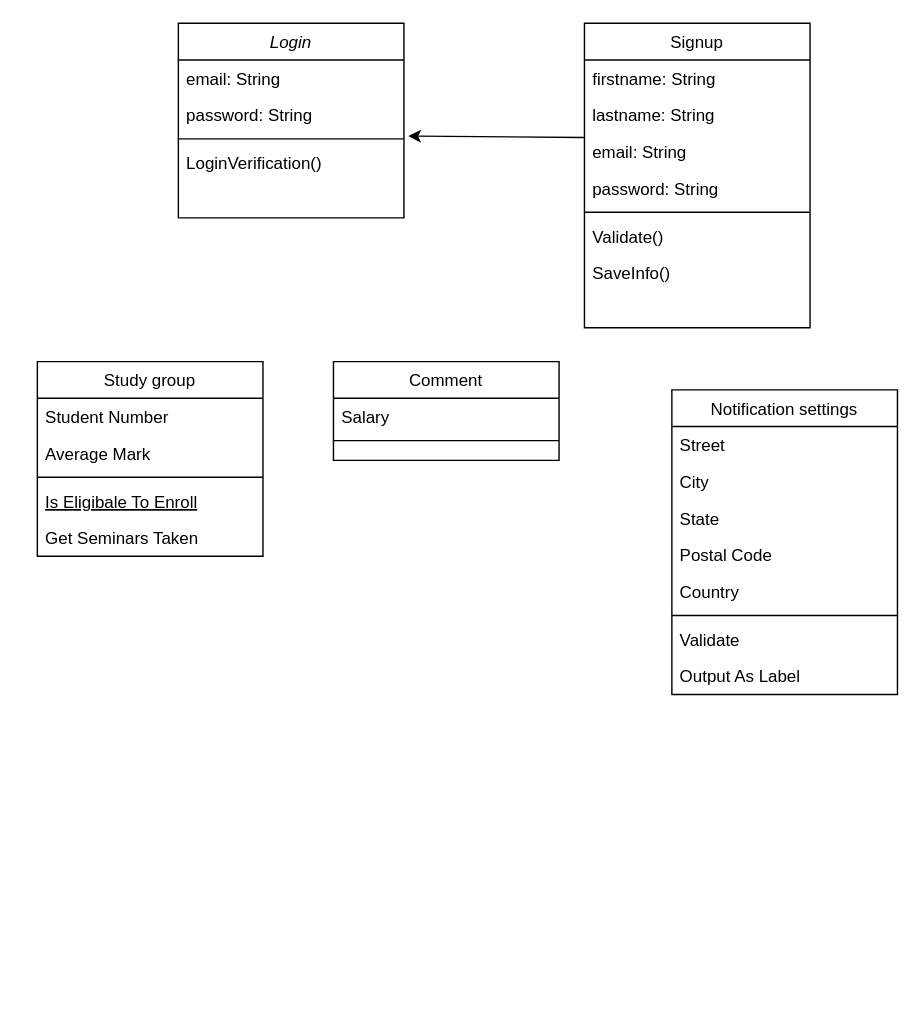
Before: Untitled Diagram.drawio in fiyin35/SoftwareArchitecture, a draw.io diagram. Source tidied: cells renumbered, new cells numbered last; positions are measured from the earlier drawing's top-left corner, leaving out a move shared by most shapes. Both pictures are drawn from the tidied source at 141%, with x=0, y=0 at pixel (37, 23).
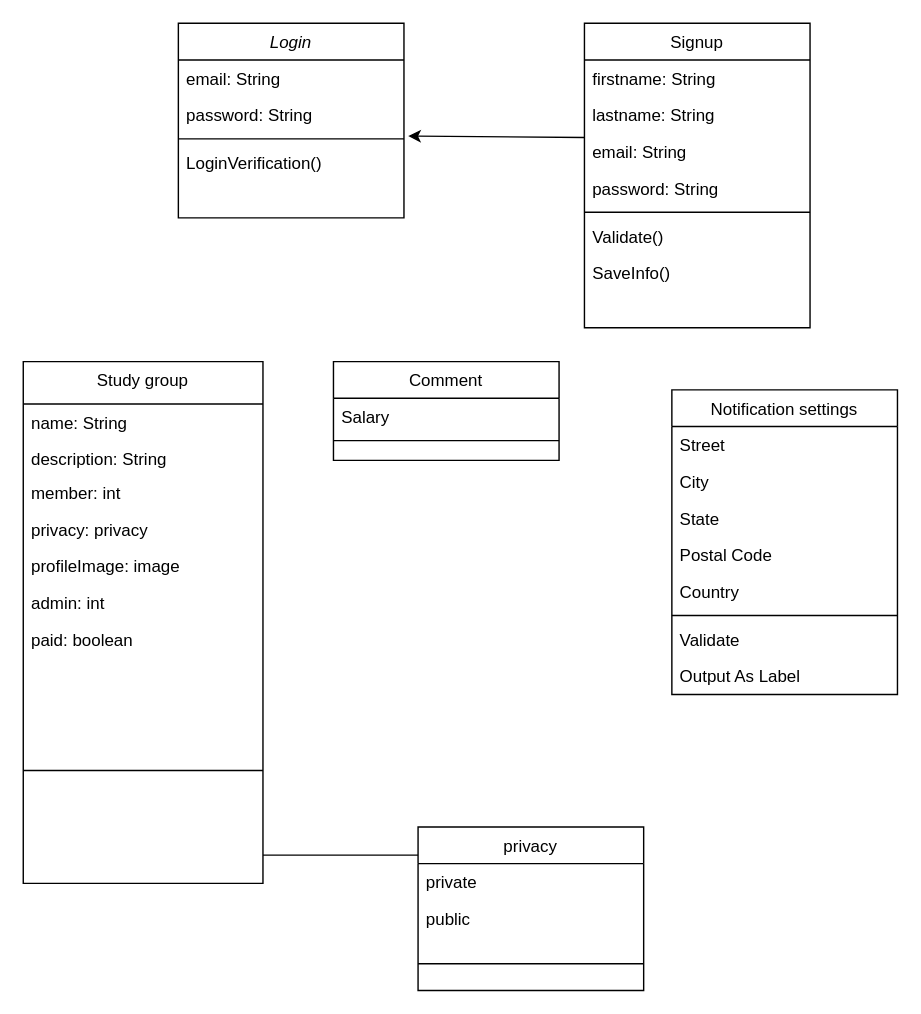
The same page after the edit.

The edit, as a diff of the source:
```diff
@@
-    <mxCell id="7" value="Study group" style="swimlane;fontStyle=0;align=center;verticalAlign=top;horizontal=1;startSize=26;rounded=0;shadow=0;strokeWidth=1;" parent="1" vertex="1">
-      <mxGeometry y="240" width="160" height="138" as="geometry" />
+    <mxCell id="7" value="Study group" style="swimlane;fontStyle=0;align=center;verticalAlign=top;horizontal=1;startSize=30;rounded=0;shadow=0;strokeWidth=1;" parent="1" vertex="1">
+      <mxGeometry x="-10" y="240" width="170" height="370" as="geometry" />
     </mxCell>
-    <mxCell id="8" value="Student Number" style="text;align=left;verticalAlign=top;spacingLeft=4;spacingRight=4;overflow=hidden;" parent="7" vertex="1">
-      <mxGeometry y="26" width="160" height="26" as="geometry" />
+    <mxCell id="8" value="name: String" style="text;align=left;verticalAlign=top;spacingLeft=4;spacingRight=4;overflow=hidden;" parent="7" vertex="1">
+      <mxGeometry y="30" width="170" height="26" as="geometry" />
     </mxCell>
-    <mxCell id="9" value="Average Mark" style="text;align=left;verticalAlign=top;spacingLeft=4;spacingRight=4;overflow=hidden;rounded=0;shadow=0;html=0;" parent="7" vertex="1">
-      <mxGeometry y="52" width="160" height="26" as="geometry" />
+    <mxCell id="9" value="description: String" style="text;align=left;verticalAlign=top;spacingLeft=4;spacingRight=4;overflow=hidden;rounded=0;shadow=0;html=0;" parent="7" vertex="1">
+      <mxGeometry y="56" width="170" height="24" as="geometry" />
     </mxCell>
+    <mxCell id="34" value="member: int" style="text;align=left;verticalAlign=top;spacingLeft=4;spacingRight=4;overflow=hidden;" parent="7" vertex="1">
+      <mxGeometry y="80" width="170" height="26" as="geometry" />
+    </mxCell>
+    <mxCell id="35" value="privacy: privacy" style="text;align=left;verticalAlign=top;spacingLeft=4;spacingRight=4;overflow=hidden;" parent="7" vertex="1">
+      <mxGeometry y="106" width="170" height="26" as="geometry" />
+    </mxCell>
+    <mxCell id="36" value="profileImage: image" style="text;align=left;verticalAlign=top;spacingLeft=4;spacingRight=4;overflow=hidden;" parent="7" vertex="1">
+      <mxGeometry y="132" width="170" height="26" as="geometry" />
+    </mxCell>
+    <mxCell id="37" value="admin: int" style="text;align=left;verticalAlign=top;spacingLeft=4;spacingRight=4;overflow=hidden;" parent="7" vertex="1">
+      <mxGeometry y="158" width="170" height="26" as="geometry" />
+    </mxCell>
+    <mxCell id="38" value="paid: boolean" style="text;align=left;verticalAlign=top;spacingLeft=4;spacingRight=4;overflow=hidden;" parent="7" vertex="1">
+      <mxGeometry y="184" width="170" height="26" as="geometry" />
+    </mxCell>
     <mxCell id="10" style="line;html=1;strokeWidth=1;align=left;verticalAlign=middle;spacingTop=-1;spacingLeft=3;spacingRight=3;labelPosition=right;" parent="7" vertex="1">
-      <mxGeometry y="78" width="160" height="8" as="geometry" />
+      <mxGeometry y="210" width="170" height="160" as="geometry" />
     </mxCell>
-    <mxCell id="11" value="Is Eligibale To Enroll" style="text;align=left;verticalAlign=top;spacingLeft=4;spacingRight=4;overflow=hidden;fontStyle=4;" parent="7" vertex="1">
-      <mxGeometry y="86" width="160" height="26" as="geometry" />
-    </mxCell>
-    <mxCell id="12" value="Get Seminars Taken" style="text;align=left;verticalAlign=top;spacingLeft=4;spacingRight=4;overflow=hidden;" parent="7" vertex="1">
-      <mxGeometry y="112" width="160" height="26" as="geometry" />
-    </mxCell>
@@
+    <mxCell id="39" value="privacy" style="swimlane;fontStyle=0;align=center;verticalAlign=top;horizontal=1;startSize=26;rounded=0;shadow=0;strokeWidth=1;" parent="1" vertex="1">
+      <mxGeometry x="270" y="570" width="160" height="116" as="geometry" />
+    </mxCell>
+    <mxCell id="40" value="private" style="text;align=left;verticalAlign=top;spacingLeft=4;spacingRight=4;overflow=hidden;" parent="39" vertex="1">
+      <mxGeometry y="26" width="160" height="26" as="geometry" />
+    </mxCell>
+    <mxCell id="41" value="public" style="text;align=left;verticalAlign=top;spacingLeft=4;spacingRight=4;overflow=hidden;" parent="39" vertex="1">
+      <mxGeometry y="52" width="160" height="26" as="geometry" />
+    </mxCell>
+    <mxCell id="42" style="line;html=1;strokeWidth=1;align=left;verticalAlign=middle;spacingTop=-1;spacingLeft=3;spacingRight=3;labelPosition=right;" parent="39" vertex="1">
+      <mxGeometry y="78" width="160" height="38" as="geometry" />
+    </mxCell>
+    <mxCell id="43" style="endArrow=none;html=1;" parent="1" edge="1">
+      <mxGeometry relative="1" as="geometry">
+        <mxPoint x="270" y="590" as="sourcePoint" />
+        <mxPoint x="160" y="590" as="targetPoint" />
+      </mxGeometry>
+    </mxCell>
```
